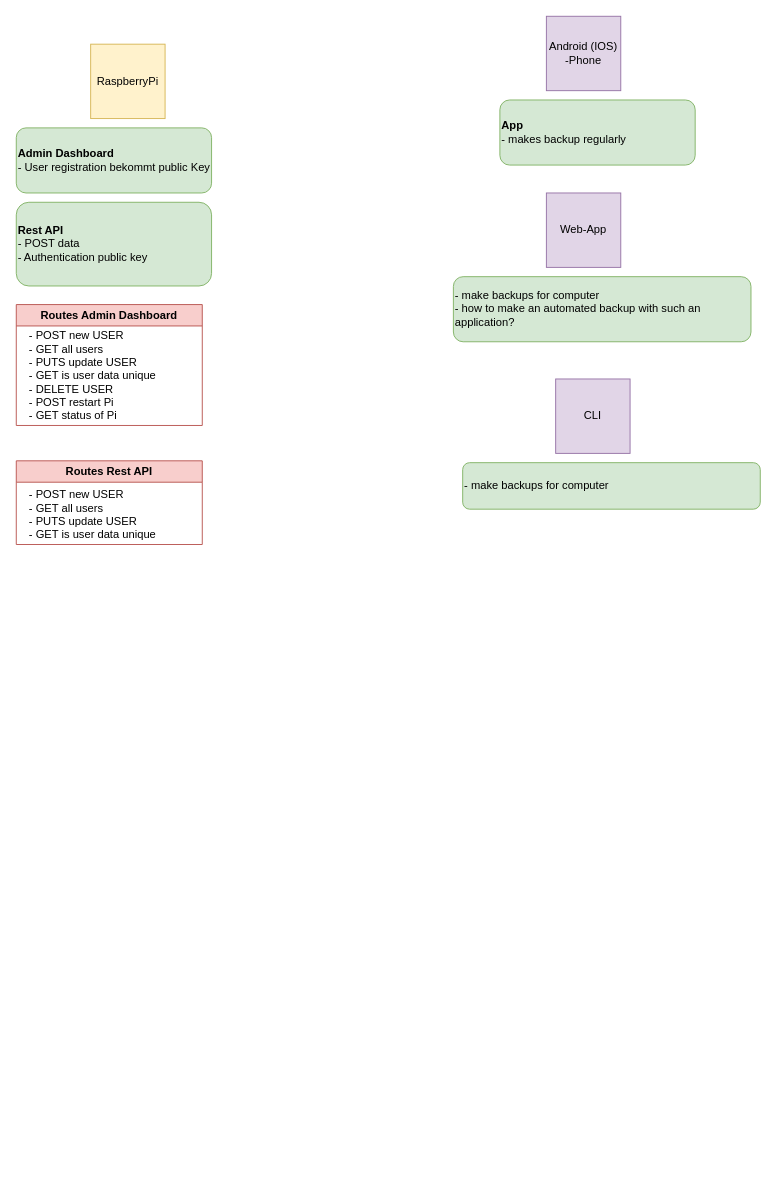
Konrad1991/SolarPi keeps this draw.io diagram as Plan.drawio. Above is the earlier version. Source tidied: cells renumbered, new cells numbered last; positions are measured from the earlier drawing's top-left corner, leaving out a move shared by most shapes. Both pictures are drawn from the tidied source at 93%, with x=0, y=0 at pixel (16, 16).
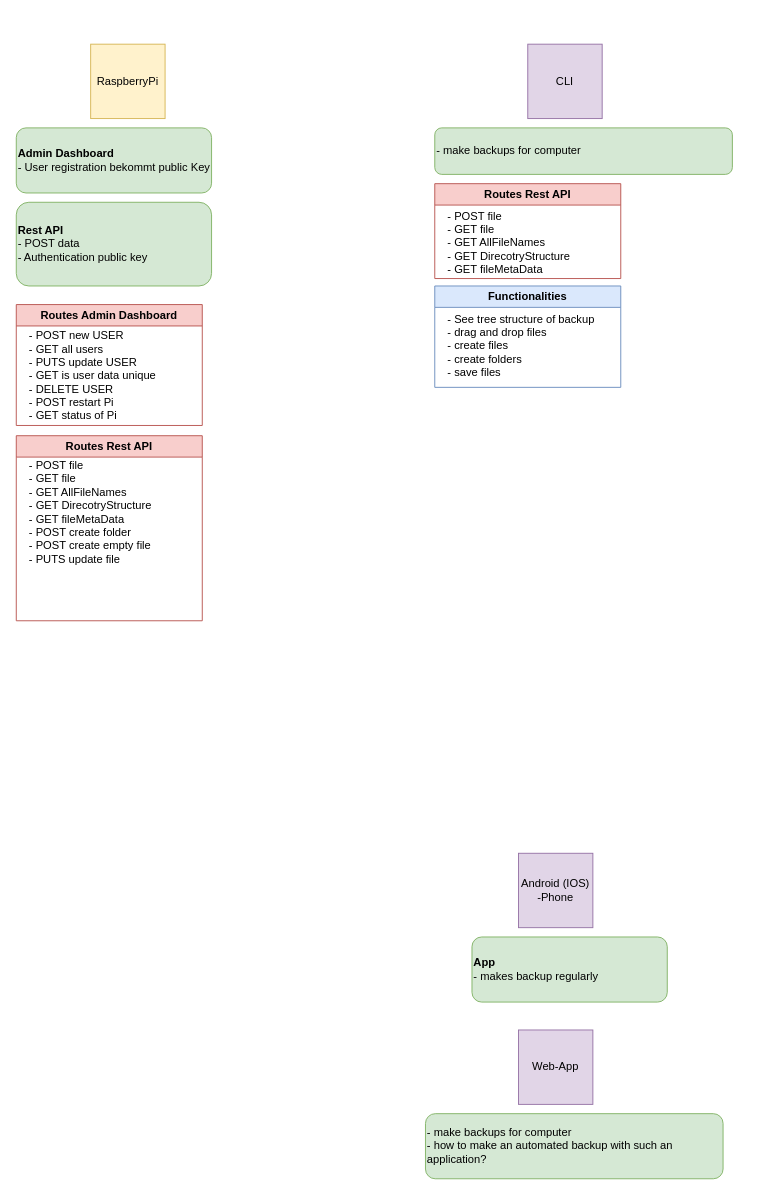
The same page after the edit.

What changed in the source:
```diff
@@
 <mxGraphModel>
   <root>
     <mxCell id="0" />
     <mxCell id="1" parent="0" />
     <mxCell id="2" value="RaspberryPi&lt;br&gt;" style="whiteSpace=wrap;html=1;fillColor=#fff2cc;strokeColor=#d6b656;" parent="1" vertex="1">
       <mxGeometry x="80" y="30" width="80" height="80" as="geometry" />
     </mxCell>
     <mxCell id="3" value="&lt;div align=&quot;left&quot;&gt;&lt;b&gt;Admin Dashboard&lt;/b&gt;&lt;br&gt;- User registration bekommt public Key&lt;/div&gt;" style="rounded=1;whiteSpace=wrap;html=1;fillColor=#d5e8d4;strokeColor=#82b366;align=left;" parent="1" vertex="1">
       <mxGeometry y="120" width="210" height="70" as="geometry" />
     </mxCell>
     <mxCell id="4" value="&lt;div align=&quot;left&quot;&gt;&lt;b&gt;Rest API&lt;/b&gt;&lt;br&gt;- POST data&lt;/div&gt;&lt;div align=&quot;left&quot;&gt;- Authentication public key&lt;br&gt;&lt;/div&gt;" style="rounded=1;whiteSpace=wrap;html=1;fillColor=#d5e8d4;strokeColor=#82b366;align=left;" parent="1" vertex="1">
       <mxGeometry y="200" width="210" height="90" as="geometry" />
     </mxCell>
     <mxCell id="5" value="Android (IOS) -Phone" style="whiteSpace=wrap;html=1;fillColor=#e1d5e7;strokeColor=#9673a6;" parent="1" vertex="1">
-      <mxGeometry x="570" width="80" height="80" as="geometry" />
+      <mxGeometry x="540" y="900" width="80" height="80" as="geometry" />
     </mxCell>
     <mxCell id="6" value="&lt;b&gt;App&lt;br&gt;&lt;/b&gt;- makes backup regularly" style="rounded=1;whiteSpace=wrap;html=1;fillColor=#d5e8d4;strokeColor=#82b366;align=left;" parent="1" vertex="1">
-      <mxGeometry x="520" y="90" width="210" height="70" as="geometry" />
+      <mxGeometry x="490" y="990" width="210" height="70" as="geometry" />
     </mxCell>
     <mxCell id="7" value="Web-App" style="whiteSpace=wrap;html=1;fillColor=#e1d5e7;strokeColor=#9673a6;" parent="1" vertex="1">
-      <mxGeometry x="570" y="190" width="80" height="80" as="geometry" />
+      <mxGeometry x="540" y="1090" width="80" height="80" as="geometry" />
     </mxCell>
     <mxCell id="8" value="- make backups for computer&lt;br&gt;- how to make an automated backup with such an application?" style="rounded=1;whiteSpace=wrap;html=1;fillColor=#d5e8d4;strokeColor=#82b366;align=left;" parent="1" vertex="1">
-      <mxGeometry x="470" y="280" width="320" height="70" as="geometry" />
+      <mxGeometry x="440" y="1180" width="320" height="70" as="geometry" />
     </mxCell>
     <mxCell id="9" value="CLI" style="whiteSpace=wrap;html=1;fillColor=#e1d5e7;strokeColor=#9673a6;" parent="1" vertex="1">
-      <mxGeometry x="580" y="390" width="80" height="80" as="geometry" />
+      <mxGeometry x="550" y="30" width="80" height="80" as="geometry" />
     </mxCell>
     <mxCell id="10" value="- make backups for computer&lt;br&gt;" style="rounded=1;whiteSpace=wrap;html=1;fillColor=#d5e8d4;strokeColor=#82b366;align=left;" parent="1" vertex="1">
-      <mxGeometry x="480" y="480" width="320" height="50" as="geometry" />
+      <mxGeometry x="450" y="120" width="320" height="50" as="geometry" />
     </mxCell>
     <mxCell id="11" value="Routes Admin Dashboard" style="swimlane;whiteSpace=wrap;html=1;fillColor=#f8cecc;strokeColor=#b85450;" parent="1" vertex="1">
       <mxGeometry y="310" width="200" height="130" as="geometry" />
     </mxCell>
     <mxCell id="12" value="&lt;div align=&quot;left&quot;&gt;- POST new USER&lt;br&gt;- GET all users&lt;/div&gt;&lt;div align=&quot;left&quot;&gt;- PUTS update USER&lt;/div&gt;&lt;div align=&quot;left&quot;&gt;- GET is user data unique&lt;/div&gt;&lt;div align=&quot;left&quot;&gt;- DELETE USER&lt;/div&gt;&lt;div align=&quot;left&quot;&gt;- POST restart Pi&lt;/div&gt;&lt;div align=&quot;left&quot;&gt;- GET status of Pi&lt;br&gt;&lt;/div&gt;" style="text;html=1;align=left;verticalAlign=middle;strokeColor=none;fillColor=none;" parent="11" vertex="1">
       <mxGeometry x="12" y="22" width="160" height="110" as="geometry" />
     </mxCell>
     <mxCell id="13" value="Routes Rest API" style="swimlane;whiteSpace=wrap;html=1;fillColor=#f8cecc;strokeColor=#b85450;" parent="1" vertex="1">
-      <mxGeometry y="478" width="200" height="90" as="geometry" />
+      <mxGeometry y="451" width="200" height="199" as="geometry" />
     </mxCell>
-    <mxCell id="14" value="&lt;div align=&quot;left&quot;&gt;- POST new USER&lt;br&gt;- GET all users&lt;/div&gt;&lt;div align=&quot;left&quot;&gt;- PUTS update USER&lt;/div&gt;&lt;div align=&quot;left&quot;&gt;- GET is user data unique&lt;br&gt;&lt;/div&gt;" style="text;html=1;align=left;verticalAlign=middle;strokeColor=none;fillColor=none;" parent="13" vertex="1">
-      <mxGeometry x="12" y="23" width="160" height="70" as="geometry" />
+    <mxCell id="14" value="- POST file&lt;br&gt;- GET file&lt;br&gt;- GET AllFileNames&lt;br&gt;- GET DirecotryStructure&lt;br&gt;- GET fileMetaData&lt;br&gt;- POST create folder&lt;br&gt;- POST create empty file&lt;br&gt;- PUTS update file" style="text;html=1;align=left;verticalAlign=middle;strokeColor=none;fillColor=none;" parent="13" vertex="1">
+      <mxGeometry x="12" y="17" width="160" height="130" as="geometry" />
     </mxCell>
+    <mxCell id="15" value="Routes Rest API" style="swimlane;whiteSpace=wrap;html=1;fillColor=#f8cecc;strokeColor=#b85450;" parent="1" vertex="1">
+      <mxGeometry x="450" y="180" width="200" height="102" as="geometry" />
+    </mxCell>
+    <mxCell id="16" value="- POST file&lt;br&gt;- GET file&lt;br&gt;- GET AllFileNames&lt;br&gt;- GET DirecotryStructure&lt;br&gt;- GET fileMetaData" style="text;html=1;align=left;verticalAlign=middle;strokeColor=none;fillColor=none;" parent="15" vertex="1">
+      <mxGeometry x="12" y="19" width="160" height="90" as="geometry" />
+    </mxCell>
+    <mxCell id="17" value="Functionalities" style="swimlane;whiteSpace=wrap;html=1;fillColor=#dae8fc;strokeColor=#6c8ebf;" parent="1" vertex="1">
+      <mxGeometry x="450" y="290" width="200" height="109" as="geometry" />
+    </mxCell>
+    <mxCell id="18" value="- See tree structure of backup&lt;br&gt;- drag and drop files&lt;br&gt;- create files&lt;br&gt;- create folders&lt;br&gt;- save files" style="text;html=1;align=left;verticalAlign=middle;strokeColor=none;fillColor=none;" parent="17" vertex="1">
+      <mxGeometry x="12" y="19" width="180" height="90" as="geometry" />
+    </mxCell>
   </root>
 </mxGraphModel>
```
